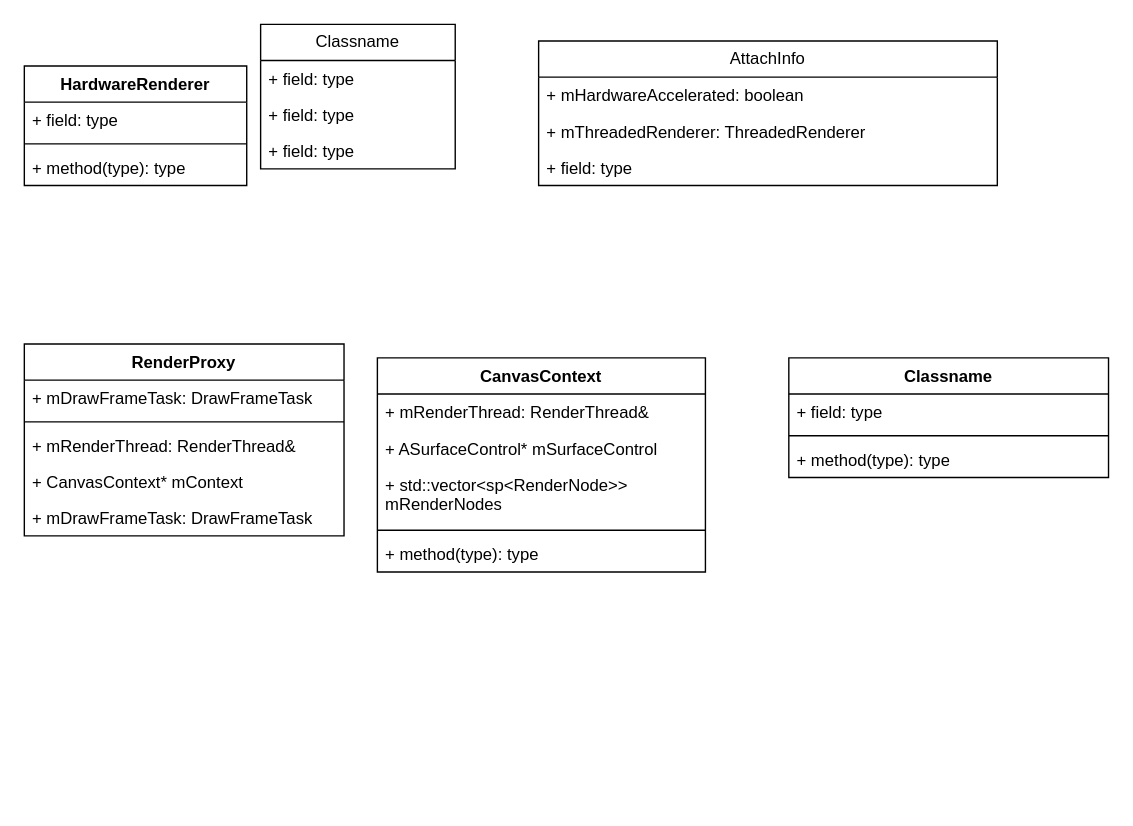
Earlier version of the draw.io diagram page "硬件渲染类图" (3 of 3) of uml/ViewRootImpl启动硬件绘制.drawio (4kp3/note_pic_save). Source tidied: cells renumbered, new cells numbered last; positions are measured from the earlier drawing's top-left corner, leaving out a move shared by most shapes. Both pictures are drawn from the tidied source at 139%, with x=0, y=0 at pixel (24, 24).
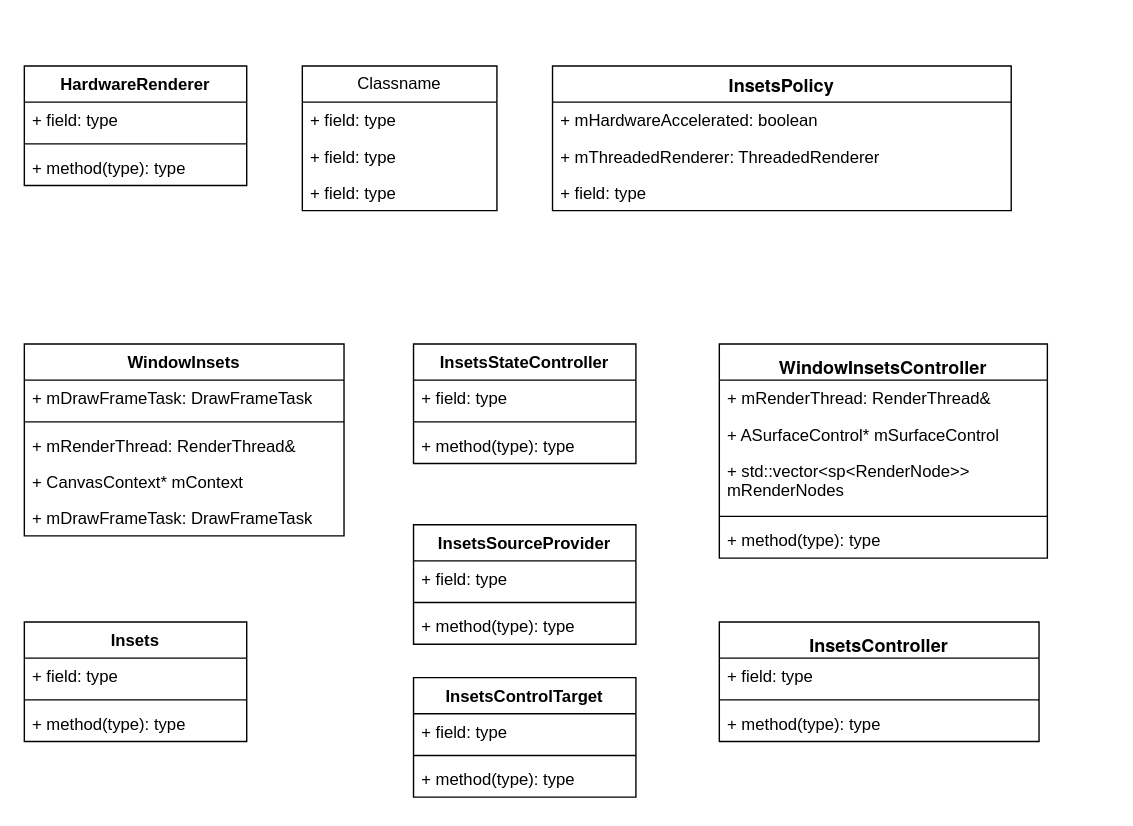
Above is the later version.

Commit message:
更新ViewRootImpl启动硬件绘制.drawio

What changed in the source:
```diff
@@
-    <mxCell id="6" value="AttachInfo" style="swimlane;fontStyle=0;horizontal=1;startSize=26;fillColor=none;whiteSpace=wrap;html=1;" parent="1" vertex="1">
-      <mxGeometry x="370" y="12" width="330" height="104" as="geometry" />
+    <mxCell id="6" value="&lt;p style=&quot;margin: 0px; font-variant-numeric: normal; font-variant-east-asian: normal; font-variant-alternates: normal; font-size-adjust: none; font-kerning: auto; font-optical-sizing: auto; font-feature-settings: normal; font-variation-settings: normal; font-variant-position: normal; font-stretch: normal; font-size: 13px; line-height: normal; font-family: &amp;quot;Helvetica Neue&amp;quot;; text-align: start;&quot; class=&quot;p1&quot;&gt;&lt;b&gt;InsetsPolicy&lt;/b&gt;&lt;/p&gt;" style="swimlane;fontStyle=0;horizontal=1;startSize=26;fillColor=none;whiteSpace=wrap;html=1;" parent="1" vertex="1">
+      <mxGeometry x="380" y="30" width="330" height="104" as="geometry" />
     </mxCell>
@@
     <mxCell id="10" value="Classname" style="swimlane;fontStyle=0;horizontal=1;startSize=26;fillColor=none;whiteSpace=wrap;html=1;" parent="1" vertex="1">
-      <mxGeometry x="170" width="140" height="104" as="geometry" />
+      <mxGeometry x="200" y="30" width="140" height="104" as="geometry" />
     </mxCell>
@@
-    <mxCell id="14" value="RenderProxy" style="swimlane;fontStyle=1;align=center;verticalAlign=top;horizontal=1;startSize=26;whiteSpace=wrap;html=1;" parent="1" vertex="1">
+    <mxCell id="14" value="WindowInsets" style="swimlane;fontStyle=1;align=center;verticalAlign=top;horizontal=1;startSize=26;whiteSpace=wrap;html=1;" parent="1" vertex="1">
       <mxGeometry y="230" width="230" height="138" as="geometry" />
     </mxCell>
@@
-    <mxCell id="20" value="CanvasContext" style="swimlane;fontStyle=1;align=center;verticalAlign=top;horizontal=1;startSize=26;whiteSpace=wrap;html=1;" parent="1" vertex="1">
-      <mxGeometry x="254" y="240" width="236" height="154" as="geometry" />
+    <mxCell id="20" value="&lt;p style=&quot;margin: 0px; font-variant-numeric: normal; font-variant-east-asian: normal; font-variant-alternates: normal; font-size-adjust: none; font-kerning: auto; font-optical-sizing: auto; font-feature-settings: normal; font-variation-settings: normal; font-variant-position: normal; font-weight: 400; font-stretch: normal; font-size: 13px; line-height: normal; font-family: &amp;quot;Helvetica Neue&amp;quot;; text-align: start;&quot; class=&quot;p1&quot;&gt;&lt;b&gt;WindowInsetsController&lt;/b&gt;&lt;/p&gt;" style="swimlane;fontStyle=1;align=center;verticalAlign=top;horizontal=1;startSize=26;whiteSpace=wrap;html=1;" parent="1" vertex="1">
+      <mxGeometry x="500" y="230" width="236" height="154" as="geometry" />
     </mxCell>
@@
-    <mxCell id="26" value="Classname" style="swimlane;fontStyle=1;align=center;verticalAlign=top;horizontal=1;startSize=26;whiteSpace=wrap;html=1;" parent="1" vertex="1">
-      <mxGeometry x="550" y="240" width="230" height="86" as="geometry" />
+    <mxCell id="26" value="&lt;p style=&quot;margin: 0px; font-variant-numeric: normal; font-variant-east-asian: normal; font-variant-alternates: normal; font-size-adjust: none; font-kerning: auto; font-optical-sizing: auto; font-feature-settings: normal; font-variation-settings: normal; font-variant-position: normal; font-weight: 400; font-stretch: normal; font-size: 13px; line-height: normal; font-family: &amp;quot;Helvetica Neue&amp;quot;; text-align: start;&quot; class=&quot;p1&quot;&gt;&lt;b&gt;InsetsController&lt;/b&gt;&lt;/p&gt;" style="swimlane;fontStyle=1;align=center;verticalAlign=top;horizontal=1;startSize=26;whiteSpace=wrap;html=1;" parent="1" vertex="1">
+      <mxGeometry x="500" y="430" width="230" height="86" as="geometry" />
     </mxCell>
@@
+    <mxCell id="30" value="InsetsStateController" style="swimlane;fontStyle=1;align=center;verticalAlign=top;horizontal=1;startSize=26;whiteSpace=wrap;html=1;" parent="1" vertex="1">
+      <mxGeometry x="280" y="230" width="160" height="86" as="geometry" />
+    </mxCell>
+    <mxCell id="31" value="+ field: type" style="text;strokeColor=none;fillColor=none;align=left;verticalAlign=top;spacingLeft=4;spacingRight=4;overflow=hidden;whiteSpace=wrap;html=1;" parent="30" vertex="1">
+      <mxGeometry y="26" width="160" height="26" as="geometry" />
+    </mxCell>
+    <mxCell id="32" style="line;strokeWidth=1;fillColor=none;align=left;verticalAlign=middle;spacingTop=-1;spacingLeft=3;spacingRight=3;labelPosition=right;strokeColor=inherit;" parent="30" vertex="1">
+      <mxGeometry y="52" width="160" height="8" as="geometry" />
+    </mxCell>
+    <mxCell id="33" value="+ method(type): type" style="text;strokeColor=none;fillColor=none;align=left;verticalAlign=top;spacingLeft=4;spacingRight=4;overflow=hidden;whiteSpace=wrap;html=1;" parent="30" vertex="1">
+      <mxGeometry y="60" width="160" height="26" as="geometry" />
+    </mxCell>
+    <mxCell id="34" value="Insets" style="swimlane;fontStyle=1;align=center;verticalAlign=top;horizontal=1;startSize=26;whiteSpace=wrap;html=1;" parent="1" vertex="1">
+      <mxGeometry y="430" width="160" height="86" as="geometry" />
+    </mxCell>
+    <mxCell id="35" value="+ field: type" style="text;strokeColor=none;fillColor=none;align=left;verticalAlign=top;spacingLeft=4;spacingRight=4;overflow=hidden;whiteSpace=wrap;html=1;" parent="34" vertex="1">
+      <mxGeometry y="26" width="160" height="26" as="geometry" />
+    </mxCell>
+    <mxCell id="36" style="line;strokeWidth=1;fillColor=none;align=left;verticalAlign=middle;spacingTop=-1;spacingLeft=3;spacingRight=3;labelPosition=right;strokeColor=inherit;" parent="34" vertex="1">
+      <mxGeometry y="52" width="160" height="8" as="geometry" />
+    </mxCell>
+    <mxCell id="37" value="+ method(type): type" style="text;strokeColor=none;fillColor=none;align=left;verticalAlign=top;spacingLeft=4;spacingRight=4;overflow=hidden;whiteSpace=wrap;html=1;" parent="34" vertex="1">
+      <mxGeometry y="60" width="160" height="26" as="geometry" />
+    </mxCell>
+    <mxCell id="38" value="InsetsSourceProvider" style="swimlane;fontStyle=1;align=center;verticalAlign=top;horizontal=1;startSize=26;whiteSpace=wrap;html=1;" parent="1" vertex="1">
+      <mxGeometry x="280" y="360" width="160" height="86" as="geometry" />
+    </mxCell>
+    <mxCell id="39" value="+ field: type" style="text;strokeColor=none;fillColor=none;align=left;verticalAlign=top;spacingLeft=4;spacingRight=4;overflow=hidden;whiteSpace=wrap;html=1;" parent="38" vertex="1">
+      <mxGeometry y="26" width="160" height="26" as="geometry" />
+    </mxCell>
+    <mxCell id="40" style="line;strokeWidth=1;fillColor=none;align=left;verticalAlign=middle;spacingTop=-1;spacingLeft=3;spacingRight=3;labelPosition=right;strokeColor=inherit;" parent="38" vertex="1">
+      <mxGeometry y="52" width="160" height="8" as="geometry" />
+    </mxCell>
+    <mxCell id="41" value="+ method(type): type" style="text;strokeColor=none;fillColor=none;align=left;verticalAlign=top;spacingLeft=4;spacingRight=4;overflow=hidden;whiteSpace=wrap;html=1;" parent="38" vertex="1">
+      <mxGeometry y="60" width="160" height="26" as="geometry" />
+    </mxCell>
+    <mxCell id="42" value="InsetsControlTarget" style="swimlane;fontStyle=1;align=center;verticalAlign=top;horizontal=1;startSize=26;whiteSpace=wrap;html=1;" parent="1" vertex="1">
+      <mxGeometry x="280" y="470" width="160" height="86" as="geometry" />
+    </mxCell>
+    <mxCell id="43" value="+ field: type" style="text;strokeColor=none;fillColor=none;align=left;verticalAlign=top;spacingLeft=4;spacingRight=4;overflow=hidden;whiteSpace=wrap;html=1;" parent="42" vertex="1">
+      <mxGeometry y="26" width="160" height="26" as="geometry" />
+    </mxCell>
+    <mxCell id="44" style="line;strokeWidth=1;fillColor=none;align=left;verticalAlign=middle;spacingTop=-1;spacingLeft=3;spacingRight=3;labelPosition=right;strokeColor=inherit;" parent="42" vertex="1">
+      <mxGeometry y="52" width="160" height="8" as="geometry" />
+    </mxCell>
+    <mxCell id="45" value="+ method(type): type" style="text;strokeColor=none;fillColor=none;align=left;verticalAlign=top;spacingLeft=4;spacingRight=4;overflow=hidden;whiteSpace=wrap;html=1;" parent="42" vertex="1">
+      <mxGeometry y="60" width="160" height="26" as="geometry" />
+    </mxCell>
```
